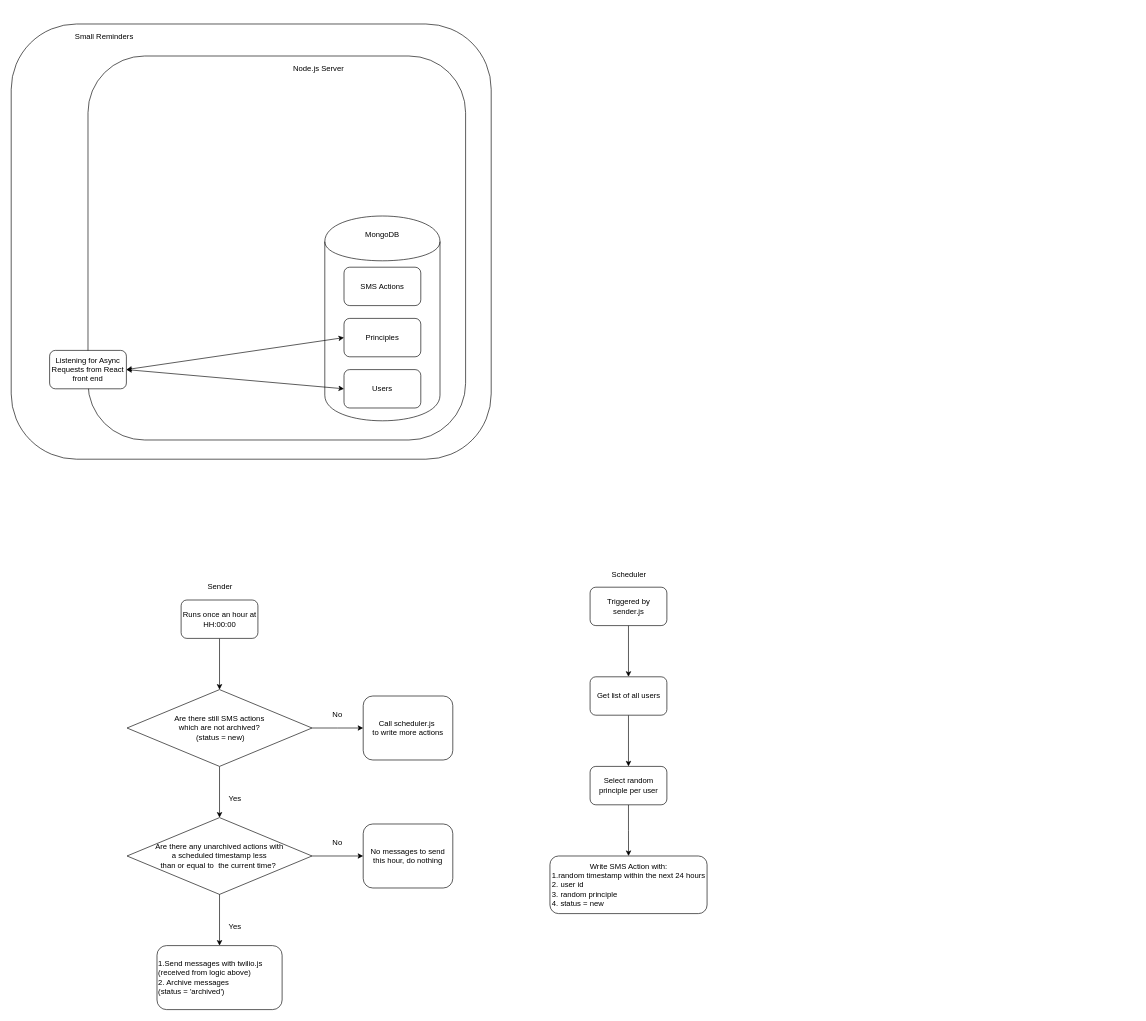
The draw.io diagram assets/ServerArchitecture.drawio in elenamik/SmallReminders, before the edit. Source tidied: cells renumbered, new cells numbered last; positions are measured from the earlier drawing's top-left corner, leaving out a move shared by most shapes. Both pictures are drawn from the tidied source at 64%, with x=0, y=0 at pixel (11, 24).
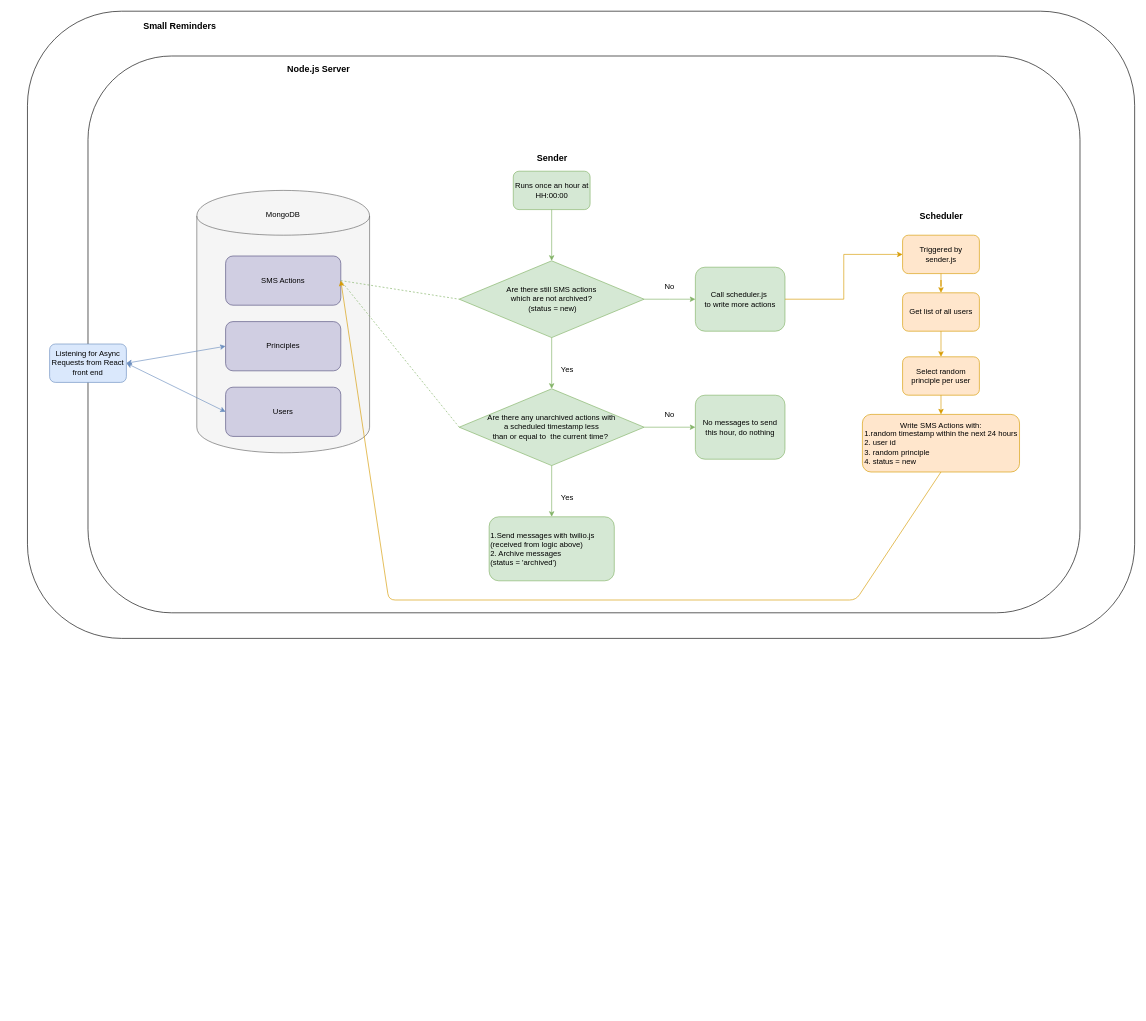
After the change.

What changed in the source:
```diff
@@
     <mxCell id="2" style="group;" parent="1" vertex="1">
-      <mxGeometry width="750" height="680" as="geometry" />
+      <mxGeometry y="-20" width="1730" height="980" as="geometry" />
     </mxCell>
     <mxCell id="3" style="rounded=1;whiteSpace=wrap;html=1;" parent="2" vertex="1">
-      <mxGeometry width="750" height="680" as="geometry" />
+      <mxGeometry x="25.4" width="1730" height="980" as="geometry" />
     </mxCell>
-    <mxCell id="4" value="Small Reminders" style="text;html=1;align=center;verticalAlign=middle;" parent="2" vertex="1">
-      <mxGeometry x="90" y="10" width="110" height="20" as="geometry" />
+    <mxCell id="4" value="Small Reminders" style="text;html=1;align=center;verticalAlign=middle;fontSize=14;fontStyle=1;" parent="2" vertex="1">
+      <mxGeometry x="197.6" y="14.4" width="130" height="20" as="geometry" />
     </mxCell>
     <mxCell id="5" style="rounded=1;whiteSpace=wrap;html=1;" parent="1" vertex="1">
-      <mxGeometry x="120" y="50" width="590" height="600" as="geometry" />
+      <mxGeometry x="120" y="50" width="1550" height="870" as="geometry" />
     </mxCell>
-    <mxCell id="6" value="Node.js Server" style="text;html=1;align=center;verticalAlign=middle;" parent="1" vertex="1">
-      <mxGeometry x="430" y="60" width="100" height="20" as="geometry" />
+    <mxCell id="6" value="Node.js Server" style="text;html=1;align=center;verticalAlign=middle;fontSize=14;fontStyle=1;" parent="1" vertex="1">
+      <mxGeometry x="425" y="60" width="110" height="20" as="geometry" />
     </mxCell>
+    <mxCell id="39" style="group;" parent="1" vertex="1">
+      <mxGeometry x="290" y="260" width="270" height="410" as="geometry" />
+    </mxCell>
-    <mxCell id="7" style="shape=cylinder;whiteSpace=wrap;html=1;boundedLbl=1;backgroundOutline=1;" parent="1" vertex="1">
-      <mxGeometry x="490" y="300" width="180" height="320" as="geometry" />
+    <mxCell id="7" style="shape=cylinder;whiteSpace=wrap;html=1;boundedLbl=1;backgroundOutline=1;fillColor=#f5f5f5;strokeColor=#666666;fontColor=#333333;" parent="39" vertex="1">
+      <mxGeometry width="270" height="410" as="geometry" />
     </mxCell>
-    <mxCell id="8" value="Listening for Async Requests from React front end" style="rounded=1;whiteSpace=wrap;html=1;" parent="1" vertex="1">
-      <mxGeometry x="60" y="510" width="120" height="60" as="geometry" />
-    </mxCell>
-    <mxCell id="9" value="MongoDB" style="text;html=1;strokeColor=none;fillColor=none;align=center;verticalAlign=middle;whiteSpace=wrap;rounded=0;" parent="1" vertex="1">
-      <mxGeometry x="560" y="320" width="40" height="20" as="geometry" />
+    <mxCell id="9" value="MongoDB" style="text;html=1;strokeColor=none;fillColor=none;align=center;verticalAlign=middle;whiteSpace=wrap;rounded=0;" parent="39" vertex="1">
+      <mxGeometry x="105" y="25.6" width="60" height="25.6" as="geometry" />
     </mxCell>
-    <mxCell id="10" value="Users" style="rounded=1;whiteSpace=wrap;html=1;" parent="1" vertex="1">
-      <mxGeometry x="520" y="540" width="120" height="60" as="geometry" />
+    <mxCell id="10" value="Users" style="rounded=1;whiteSpace=wrap;html=1;fillColor=#d0cee2;strokeColor=#56517e;" parent="39" vertex="1">
+      <mxGeometry x="45" y="307.5" width="180" height="76.9" as="geometry" />
     </mxCell>
-    <mxCell id="11" value="Principles" style="rounded=1;whiteSpace=wrap;html=1;" parent="1" vertex="1">
-      <mxGeometry x="520" y="460" width="120" height="60" as="geometry" />
+    <mxCell id="11" value="Principles" style="rounded=1;whiteSpace=wrap;html=1;fillColor=#d0cee2;strokeColor=#56517e;" parent="39" vertex="1">
+      <mxGeometry x="45" y="205" width="180" height="76.9" as="geometry" />
     </mxCell>
-    <mxCell id="12" value="SMS Actions" style="rounded=1;whiteSpace=wrap;html=1;" parent="1" vertex="1">
-      <mxGeometry x="520" y="380" width="120" height="60" as="geometry" />
+    <mxCell id="12" value="SMS Actions" style="rounded=1;whiteSpace=wrap;html=1;fillColor=#d0cee2;strokeColor=#56517e;" parent="39" vertex="1">
+      <mxGeometry x="45" y="102.5" width="180" height="76.9" as="geometry" />
     </mxCell>
+    <mxCell id="14" style="endArrow=classic;startArrow=classic;html=1;exitX=1;exitY=0.5;exitDx=0;exitDy=0;entryX=0;entryY=0.5;entryDx=0;entryDy=0;fillColor=#dae8fc;strokeColor=#6c8ebf;" parent="1" edge="1" source="8" target="11">
+      <mxGeometry relative="1" as="geometry" />
+    </mxCell>
-    <mxCell id="13" style="endArrow=classic;startArrow=classic;html=1;exitX=1;exitY=0.5;exitDx=0;exitDy=0;entryX=0;entryY=0.5;entryDx=0;entryDy=0;" parent="1" edge="1" source="8" target="10">
+    <mxCell id="13" style="endArrow=classic;startArrow=classic;html=1;exitX=1;exitY=0.5;exitDx=0;exitDy=0;entryX=0;entryY=0.5;entryDx=0;entryDy=0;fillColor=#dae8fc;strokeColor=#6c8ebf;" parent="1" edge="1" source="8" target="10">
       <mxGeometry relative="1" as="geometry" />
     </mxCell>
-    <mxCell id="14" style="endArrow=classic;startArrow=classic;html=1;exitX=1;exitY=0.5;exitDx=0;exitDy=0;entryX=0;entryY=0.5;entryDx=0;entryDy=0;" parent="1" edge="1" source="8" target="11">
-      <mxGeometry relative="1" as="geometry" />
-    </mxCell>
+    <mxCell id="8" value="Listening for Async Requests from React front end" style="rounded=1;whiteSpace=wrap;html=1;fillColor=#dae8fc;strokeColor=#6c8ebf;" parent="1" vertex="1">
+      <mxGeometry x="60" y="500" width="120" height="60" as="geometry" />
+    </mxCell>
+    <mxCell id="40" style="group;" parent="1" vertex="1">
+      <mxGeometry x="700" y="200" width="509" height="670" as="geometry" />
+    </mxCell>
-    <mxCell id="15" value="Sender" style="text;html=1;align=center;verticalAlign=middle;" parent="1" vertex="1">
-      <mxGeometry x="300.5" y="870" width="50" height="20" as="geometry" />
+    <mxCell id="15" value="Sender" style="text;html=1;align=center;verticalAlign=middle;fontStyle=1;fontSize=14;fontColor=#000000;" parent="40" vertex="1">
+      <mxGeometry x="114.5" width="60" height="20" as="geometry" />
     </mxCell>
-    <mxCell id="16" style="edgeStyle=orthogonalEdgeStyle;rounded=0;jettySize=auto;html=1;entryX=0.5;entryY=0;entryDx=0;entryDy=0;" parent="1" edge="1" source="17" target="20">
-      <mxGeometry relative="1" as="geometry" />
-    </mxCell>
-    <mxCell id="17" value="Runs once an hour at HH:00:00" style="rounded=1;whiteSpace=wrap;html=1;" parent="1" vertex="1">
-      <mxGeometry x="265.5" y="900" width="120" height="60" as="geometry" />
+    <mxCell id="17" value="Runs once an hour at HH:00:00" style="rounded=1;whiteSpace=wrap;html=1;strokeColor=#82b366;fillColor=#d5e8d4;" parent="40" vertex="1">
+      <mxGeometry x="84.5" y="30" width="120" height="60" as="geometry" />
     </mxCell>
-    <mxCell id="18" style="edgeStyle=orthogonalEdgeStyle;rounded=0;jettySize=auto;html=1;" parent="1" edge="1" source="20" target="21">
-      <mxGeometry relative="1" as="geometry" />
-    </mxCell>
-    <mxCell id="19" style="edgeStyle=orthogonalEdgeStyle;rounded=0;jettySize=auto;html=1;" parent="1" edge="1" source="20">
+    <mxCell id="19" style="edgeStyle=orthogonalEdgeStyle;rounded=0;jettySize=auto;html=1;strokeColor=#82b366;fillColor=#d5e8d4;" parent="40" edge="1" source="20">
       <mxGeometry relative="1" as="geometry">
-        <mxPoint x="550" y="1100" as="targetPoint" />
+        <mxPoint x="369" y="230" as="targetPoint" />
       </mxGeometry>
     </mxCell>
-    <mxCell id="20" value="Are there still SMS actions &lt;br&gt;which are not archived?&lt;br&gt;&amp;nbsp;(status = new)" style="rhombus;whiteSpace=wrap;html=1;" parent="1" vertex="1">
-      <mxGeometry x="181" y="1040" width="289" height="120" as="geometry" />
+    <mxCell id="20" value="Are there still SMS actions &lt;br&gt;which are not archived?&lt;br&gt;&amp;nbsp;(status = new)" style="rhombus;whiteSpace=wrap;html=1;strokeColor=#82b366;fillColor=#d5e8d4;" parent="40" vertex="1">
+      <mxGeometry y="170" width="289" height="120" as="geometry" />
     </mxCell>
+    <mxCell id="16" style="edgeStyle=orthogonalEdgeStyle;rounded=0;jettySize=auto;html=1;entryX=0.5;entryY=0;entryDx=0;entryDy=0;strokeColor=#82b366;fillColor=#d5e8d4;" parent="40" edge="1" source="17" target="20">
+      <mxGeometry relative="1" as="geometry" />
+    </mxCell>
-    <mxCell id="21" value="Are there any unarchived actions with&lt;br&gt;a scheduled timestamp less&lt;br&gt;than or equal to&amp;nbsp; the current time?&amp;nbsp;" style="rhombus;whiteSpace=wrap;html=1;" parent="1" vertex="1">
-      <mxGeometry x="181" y="1240" width="289" height="120" as="geometry" />
+    <mxCell id="21" value="Are there any unarchived actions with&lt;br&gt;a scheduled timestamp less&lt;br&gt;than or equal to&amp;nbsp; the current time?&amp;nbsp;" style="rhombus;whiteSpace=wrap;html=1;strokeColor=#82b366;fillColor=#d5e8d4;" parent="40" vertex="1">
+      <mxGeometry y="370" width="289" height="120" as="geometry" />
     </mxCell>
+    <mxCell id="18" style="edgeStyle=orthogonalEdgeStyle;rounded=0;jettySize=auto;html=1;strokeColor=#82b366;fillColor=#d5e8d4;" parent="40" edge="1" source="20" target="21">
+      <mxGeometry relative="1" as="geometry" />
+    </mxCell>
-    <mxCell id="22" value="No" style="text;html=1;strokeColor=none;fillColor=none;align=center;verticalAlign=middle;whiteSpace=wrap;rounded=0;" parent="1" vertex="1">
-      <mxGeometry x="490" y="1070" width="40" height="20" as="geometry" />
+    <mxCell id="22" value="No" style="text;html=1;strokeColor=none;fillColor=none;align=center;verticalAlign=middle;whiteSpace=wrap;rounded=0;" parent="40" vertex="1">
+      <mxGeometry x="309" y="200" width="40" height="20" as="geometry" />
     </mxCell>
-    <mxCell id="23" value="Yes" style="text;html=1;strokeColor=none;fillColor=none;align=center;verticalAlign=middle;whiteSpace=wrap;rounded=0;" parent="1" vertex="1">
-      <mxGeometry x="330" y="1200" width="40" height="20" as="geometry" />
+    <mxCell id="23" value="Yes" style="text;html=1;strokeColor=none;fillColor=none;align=center;verticalAlign=middle;whiteSpace=wrap;rounded=0;" parent="40" vertex="1">
+      <mxGeometry x="149" y="330" width="40" height="20" as="geometry" />
     </mxCell>
-    <mxCell id="24" style="edgeStyle=orthogonalEdgeStyle;rounded=0;orthogonalLoop=1;jettySize=auto;html=1;" parent="1" edge="1">
+    <mxCell id="24" style="edgeStyle=orthogonalEdgeStyle;rounded=0;orthogonalLoop=1;jettySize=auto;html=1;strokeColor=#82b366;fillColor=#d5e8d4;" parent="40" edge="1">
       <mxGeometry relative="1" as="geometry">
-        <mxPoint x="470" y="1300" as="sourcePoint" />
-        <mxPoint x="550" y="1300" as="targetPoint" />
+        <mxPoint x="289" y="430" as="sourcePoint" />
+        <mxPoint x="369" y="430" as="targetPoint" />
       </mxGeometry>
     </mxCell>
-    <mxCell id="25" value="No" style="text;html=1;strokeColor=none;fillColor=none;align=center;verticalAlign=middle;whiteSpace=wrap;rounded=0;" parent="1" vertex="1">
-      <mxGeometry x="490" y="1270" width="40" height="20" as="geometry" />
+    <mxCell id="25" value="No" style="text;html=1;strokeColor=none;fillColor=none;align=center;verticalAlign=middle;whiteSpace=wrap;rounded=0;" parent="40" vertex="1">
+      <mxGeometry x="309" y="400" width="40" height="20" as="geometry" />
     </mxCell>
-    <mxCell id="26" style="edgeStyle=orthogonalEdgeStyle;rounded=0;orthogonalLoop=1;jettySize=auto;html=1;" parent="1" edge="1">
+    <mxCell id="26" style="edgeStyle=orthogonalEdgeStyle;rounded=0;orthogonalLoop=1;jettySize=auto;html=1;strokeColor=#82b366;fillColor=#d5e8d4;" parent="40" edge="1">
       <mxGeometry relative="1" as="geometry">
-        <mxPoint x="325.5" y="1360" as="sourcePoint" />
-        <mxPoint x="325.5" y="1440" as="targetPoint" />
+        <mxPoint x="144.5" y="490" as="sourcePoint" />
+        <mxPoint x="144.5" y="570" as="targetPoint" />
       </mxGeometry>
     </mxCell>
-    <mxCell id="27" value="Yes" style="text;html=1;strokeColor=none;fillColor=none;align=center;verticalAlign=middle;whiteSpace=wrap;rounded=0;" parent="1" vertex="1">
-      <mxGeometry x="330" y="1400" width="40" height="20" as="geometry" />
+    <mxCell id="27" value="Yes" style="text;html=1;strokeColor=none;fillColor=none;align=center;verticalAlign=middle;whiteSpace=wrap;rounded=0;" parent="40" vertex="1">
+      <mxGeometry x="149" y="530" width="40" height="20" as="geometry" />
     </mxCell>
-    <mxCell id="28" value="Call scheduler.js&amp;nbsp;&lt;br&gt;to write more actions" style="rounded=1;whiteSpace=wrap;html=1;" parent="1" vertex="1">
-      <mxGeometry x="550" y="1050" width="140" height="100" as="geometry" />
+    <mxCell id="28" value="Call scheduler.js&amp;nbsp;&lt;br&gt;to write more actions" style="rounded=1;whiteSpace=wrap;html=1;strokeColor=#82b366;fillColor=#d5e8d4;" parent="40" vertex="1">
+      <mxGeometry x="369" y="180" width="140" height="100" as="geometry" />
     </mxCell>
-    <mxCell id="29" value="No messages to send this hour, do nothing" style="rounded=1;whiteSpace=wrap;html=1;" parent="1" vertex="1">
-      <mxGeometry x="550" y="1250" width="140" height="100" as="geometry" />
+    <mxCell id="29" value="No messages to send this hour, do nothing" style="rounded=1;whiteSpace=wrap;html=1;strokeColor=#82b366;fillColor=#d5e8d4;" parent="40" vertex="1">
+      <mxGeometry x="369" y="380" width="140" height="100" as="geometry" />
     </mxCell>
-    <mxCell id="30" value="1.Send messages with twilio.js&lt;br&gt;(received from logic above)&amp;nbsp;&lt;br&gt;2. Archive messages&amp;nbsp;&lt;br&gt;(status = 'archived')" style="rounded=1;whiteSpace=wrap;html=1;align=left;" parent="1" vertex="1">
-      <mxGeometry x="227.8" y="1440" width="195.5" height="100" as="geometry" />
+    <mxCell id="30" value="1.Send messages with twilio.js&lt;br&gt;(received from logic above)&amp;nbsp;&lt;br&gt;2. Archive messages&amp;nbsp;&lt;br&gt;(status = 'archived')" style="rounded=1;whiteSpace=wrap;html=1;align=left;strokeColor=#82b366;fillColor=#d5e8d4;" parent="40" vertex="1">
+      <mxGeometry x="46.8" y="570" width="195.5" height="100" as="geometry" />
     </mxCell>
+    <mxCell id="41" style="group;strokeColor=none;" parent="1" vertex="1">
+      <mxGeometry x="1330" y="270" width="245.5" height="540" as="geometry" />
+    </mxCell>
-    <mxCell id="31" value="Scheduler" style="text;html=1;align=center;verticalAlign=middle;" parent="1" vertex="1">
-      <mxGeometry x="929.5" y="850" width="70" height="20" as="geometry" />
+    <mxCell id="31" value="Scheduler" style="text;html=1;align=center;verticalAlign=middle;fontColor=#000000;fontStyle=1;fontSize=14;" parent="41" vertex="1">
+      <mxGeometry x="82.8" y="20" width="80" height="20" as="geometry" />
     </mxCell>
+    <mxCell id="33" value="Triggered by sender.js" style="rounded=1;whiteSpace=wrap;html=1;strokeColor=#d79b00;fillColor=#ffe6cc;" parent="41" vertex="1">
+      <mxGeometry x="62.8" y="60" width="120" height="60" as="geometry" />
+    </mxCell>
+    <mxCell id="35" value="Get list of all users" style="rounded=1;whiteSpace=wrap;html=1;strokeColor=#d79b00;fillColor=#ffe6cc;" parent="41" vertex="1">
+      <mxGeometry x="62.8" y="150" width="120" height="60" as="geometry" />
+    </mxCell>
-    <mxCell id="32" style="edgeStyle=orthogonalEdgeStyle;rounded=0;jettySize=auto;html=1;" parent="1" edge="1" source="33" target="35">
+    <mxCell id="32" style="edgeStyle=orthogonalEdgeStyle;rounded=0;jettySize=auto;html=1;strokeColor=#d79b00;fillColor=#ffe6cc;" parent="41" edge="1" source="33" target="35">
       <mxGeometry relative="1" as="geometry" />
     </mxCell>
-    <mxCell id="33" value="Triggered by sender.js" style="rounded=1;whiteSpace=wrap;html=1;" parent="1" vertex="1">
-      <mxGeometry x="904.5" y="880" width="120" height="60" as="geometry" />
-    </mxCell>
+    <mxCell id="37" value="Select random principle per user" style="rounded=1;whiteSpace=wrap;html=1;strokeColor=#d79b00;fillColor=#ffe6cc;" parent="41" vertex="1">
+      <mxGeometry x="62.8" y="250" width="120" height="60" as="geometry" />
+    </mxCell>
-    <mxCell id="34" style="edgeStyle=orthogonalEdgeStyle;rounded=0;jettySize=auto;html=1;" parent="1" edge="1" source="35" target="37">
+    <mxCell id="34" style="edgeStyle=orthogonalEdgeStyle;rounded=0;jettySize=auto;html=1;strokeColor=#d79b00;fillColor=#ffe6cc;" parent="41" edge="1" source="35" target="37">
       <mxGeometry relative="1" as="geometry" />
     </mxCell>
-    <mxCell id="35" value="Get list of all users" style="rounded=1;whiteSpace=wrap;html=1;" parent="1" vertex="1">
-      <mxGeometry x="904.5" y="1020" width="120" height="60" as="geometry" />
-    </mxCell>
+    <mxCell id="38" value="Write SMS Actions&amp;nbsp;with:&lt;br&gt;&lt;div style=&quot;text-align: left&quot;&gt;&lt;span&gt;1.random timestamp within the next 24 hours&lt;/span&gt;&lt;/div&gt;&lt;div style=&quot;text-align: left&quot;&gt;&lt;span&gt;2. user id&lt;/span&gt;&lt;/div&gt;&lt;div style=&quot;text-align: left&quot;&gt;&lt;span&gt;3. random principle&lt;/span&gt;&lt;/div&gt;&lt;div style=&quot;text-align: left&quot;&gt;&lt;span&gt;4. status = new&lt;/span&gt;&lt;/div&gt;" style="rounded=1;whiteSpace=wrap;html=1;strokeColor=#d79b00;fillColor=#ffe6cc;" parent="41" vertex="1">
+      <mxGeometry y="340" width="245.5" height="90" as="geometry" />
+    </mxCell>
-    <mxCell id="36" style="edgeStyle=orthogonalEdgeStyle;rounded=0;jettySize=auto;html=1;" parent="1" edge="1" source="37" target="38">
+    <mxCell id="36" style="edgeStyle=orthogonalEdgeStyle;rounded=0;jettySize=auto;html=1;strokeColor=#d79b00;fillColor=#ffe6cc;" parent="41" edge="1" source="37" target="38">
       <mxGeometry relative="1" as="geometry" />
     </mxCell>
-    <mxCell id="37" value="Select random principle per user" style="rounded=1;whiteSpace=wrap;html=1;" parent="1" vertex="1">
-      <mxGeometry x="904.5" y="1160" width="120" height="60" as="geometry" />
-    </mxCell>
-    <mxCell id="38" value="Write SMS Action with:&lt;br&gt;&lt;div style=&quot;text-align: left&quot;&gt;&lt;span&gt;1.random timestamp within the next 24 hours&lt;/span&gt;&lt;/div&gt;&lt;div style=&quot;text-align: left&quot;&gt;&lt;span&gt;2. user id&lt;/span&gt;&lt;/div&gt;&lt;div style=&quot;text-align: left&quot;&gt;&lt;span&gt;3. random principle&lt;/span&gt;&lt;/div&gt;&lt;div style=&quot;text-align: left&quot;&gt;&lt;span&gt;4. status = new&lt;/span&gt;&lt;/div&gt;" style="rounded=1;whiteSpace=wrap;html=1;" parent="1" vertex="1">
-      <mxGeometry x="841.8" y="1300" width="245.5" height="90" as="geometry" />
-    </mxCell>
+    <mxCell id="42" style="endArrow=none;dashed=1;html=1;exitX=1;exitY=0.5;exitDx=0;exitDy=0;entryX=0;entryY=0.5;entryDx=0;entryDy=0;strokeColor=#82b366;fillColor=#d5e8d4;" parent="1" edge="1" source="12" target="20">
+      <mxGeometry relative="1" as="geometry" />
+    </mxCell>
+    <mxCell id="43" style="endArrow=none;dashed=1;html=1;exitX=0;exitY=0.5;exitDx=0;exitDy=0;entryX=1;entryY=0.5;entryDx=0;entryDy=0;strokeColor=#82b366;fillColor=#d5e8d4;" parent="1" edge="1" source="21" target="12">
+      <mxGeometry relative="1" as="geometry" />
+    </mxCell>
+    <mxCell id="44" style="edgeStyle=orthogonalEdgeStyle;rounded=0;jettySize=auto;html=1;exitX=1;exitY=0.5;exitDx=0;exitDy=0;strokeColor=#d79b00;fillColor=#ffe6cc;" parent="1" edge="1" source="28" target="33">
+      <mxGeometry relative="1" as="geometry" />
+    </mxCell>
+    <mxCell id="45" style="endArrow=classic;html=1;strokeColor=#d79b00;exitX=0.5;exitY=1;exitDx=0;exitDy=0;entryX=1;entryY=0.5;entryDx=0;entryDy=0;fillColor=#ffe6cc;" parent="1" edge="1" source="38" target="12">
+      <mxGeometry relative="1" as="geometry">
+        <Array as="points">
+          <mxPoint x="1320" y="900" />
+          <mxPoint x="590" y="900" />
+        </Array>
+      </mxGeometry>
+    </mxCell>
```
